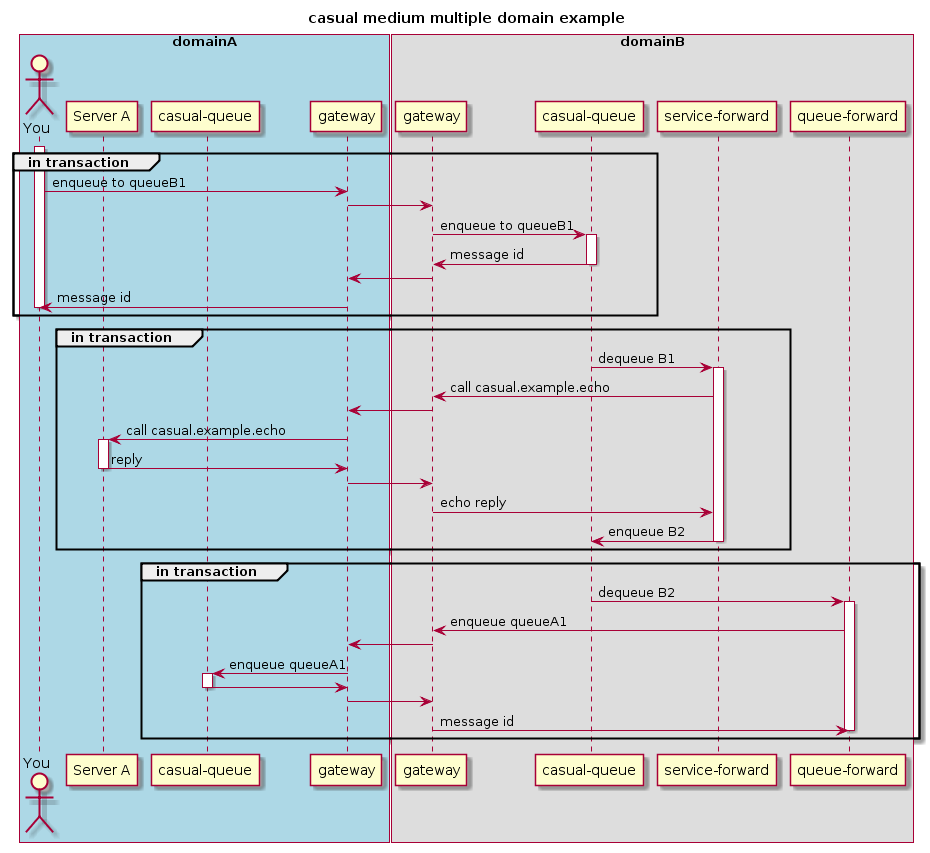
Earlier version of the PlantUML export middleware/example/domain/multiple/medium/diagram/scenario.png (casualcore/casual). The source it was exported from:
```plantuml
@startuml
title casual medium multiple domain example

box "domainA" #LightBlue
   actor "You" as AA
   participant "Server A" as SA
   participant "casual-queue" as QA
   participant "gateway" as GA
end box

box "domainB"
   participant "gateway" as GB
   participant "casual-queue" as QB
   participant "service-forward" as SFB
   participant "queue-forward" as QFB
end box

activate AA

group in transaction
AA -> GA: enqueue to queueB1
GA -> GB:
GB -> QB: enqueue to queueB1
activate QB
QB -> GB: message id
deactivate QB
GB -> GA:
GA -> AA: message id
deactivate AA
end

group in transaction
QB -> SFB: dequeue B1
activate SFB
SFB -> GB: call casual.example.echo
GB -> GA:
GA -> SA: call casual.example.echo
activate SA
SA -> GA: reply
deactivate SA
GA -> GB
GB -> SFB: echo reply
SFB -> QB: enqueue B2
deactivate SFB
end

group in transaction
QB -> QFB: dequeue B2
activate QFB
QFB -> GB: enqueue queueA1
GB -> GA
GA -> QA: enqueue queueA1
activate QA
QA -> GA
deactivate QA
GA -> GB
GB -> QFB: message id

deactivate QFB


end
@enduml
```
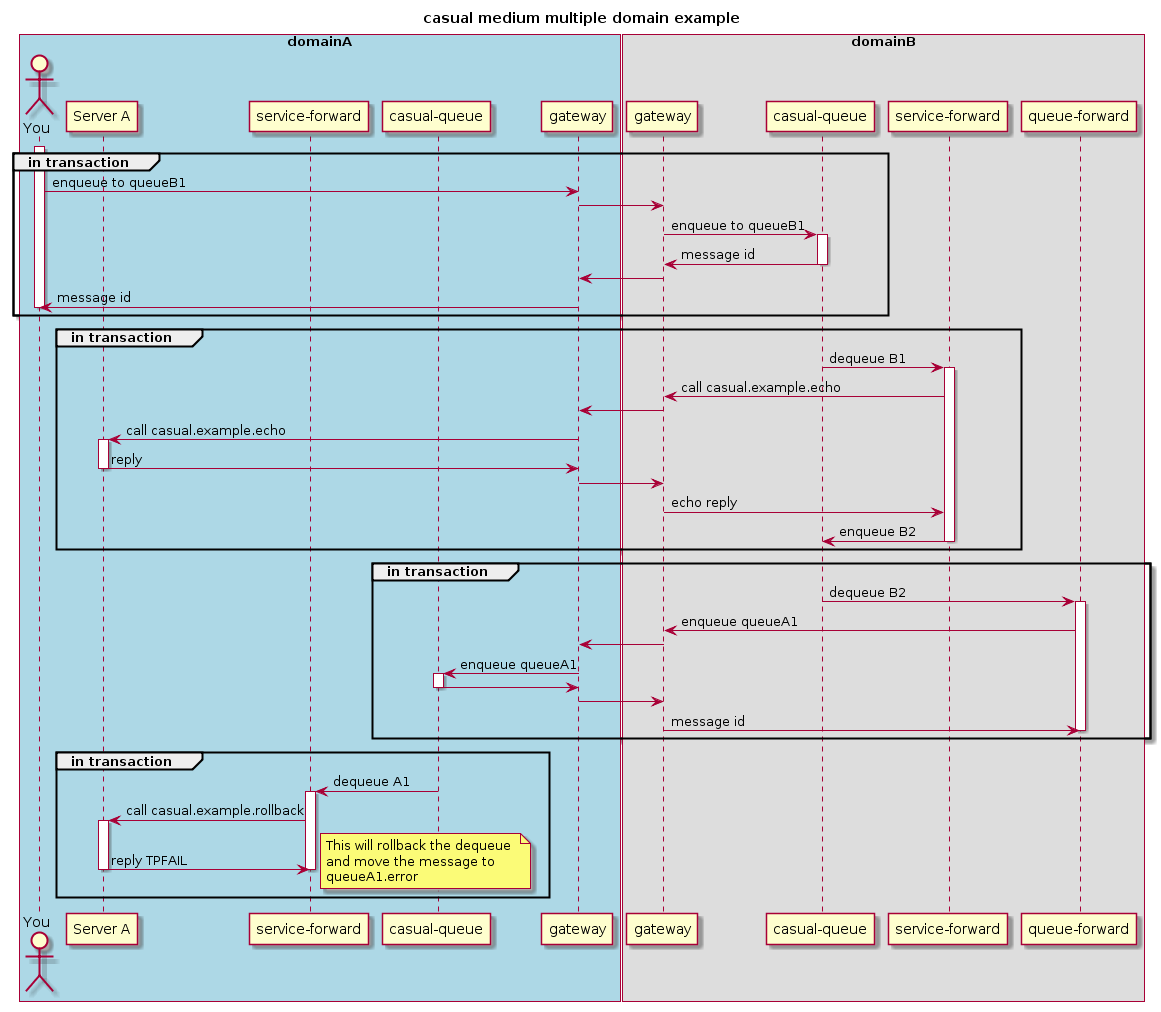
The same file after the commit.

Commit message:
Extended and improved medium domain example

Diff of the diagram source:
```diff
@@ -4,6 +4,7 @@
 box "domainA" #LightBlue
    actor "You" as AA
    participant "Server A" as SA
+   participant "service-forward" as SFA
    participant "casual-queue" as QA
    participant "gateway" as GA
 end box
@@ -57,7 +58,24 @@
 GB -> QFB: message id
 
 deactivate QFB
+end
 
+group in transaction
+
+QA -> SFA: dequeue A1
+activate SFA
+SFA -> SA: call casual.example.rollback
+activate SA
+SA -> SFA: reply TPFAIL
+note right
+   This will rollback the dequeue
+   and move the message to
+   queueA1.error
+end note
+
+deactivate SA
+
+deactivate SFA
 
 end
 @enduml
```
